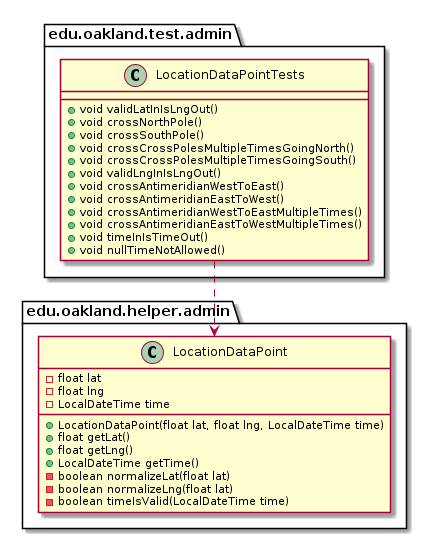
This is docs/uml-class-diagrams/admin/test/LocationDataPointTests/LocationDataPointTests_DirectDependencies.png from andrewdimmer/csi-3370-software-project, a PlantUML export, as it was before one commit.
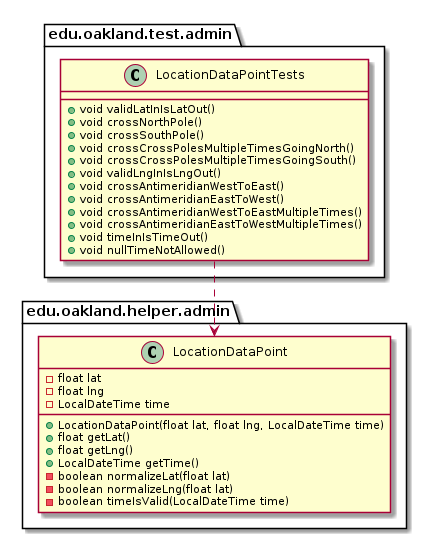
After the change.

Change to the diagram source:
```diff
@@ -3,7 +3,7 @@
 
 package edu.oakland.test.admin {
     class LocationDataPointTests {
-        + void validLatInIsLngOut()
+        + void validLatInIsLatOut()
         + void crossNorthPole()
         + void crossSouthPole()
         + void crossCrossPolesMultipleTimesGoingNorth()
```
